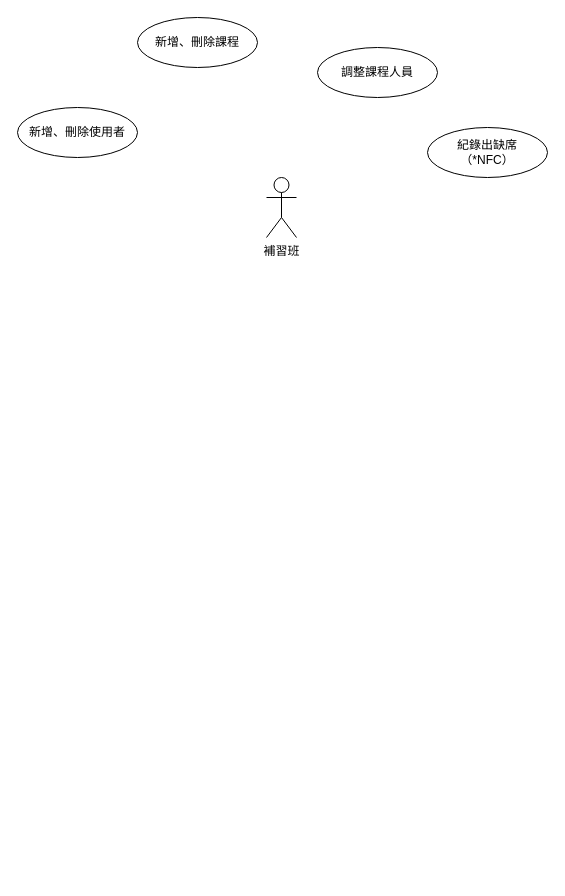
LiaozhiCheng/CramSchoolApp keeps this draw.io diagram as 軟體開發文件/使用案例圖.drawio. Above is the earlier version. Source tidied: cells renumbered, new cells numbered last; positions are measured from the earlier drawing's top-left corner, leaving out a move shared by most shapes. Both pictures are drawn from the tidied source at 100%, with x=0, y=0 at pixel (17, 17).
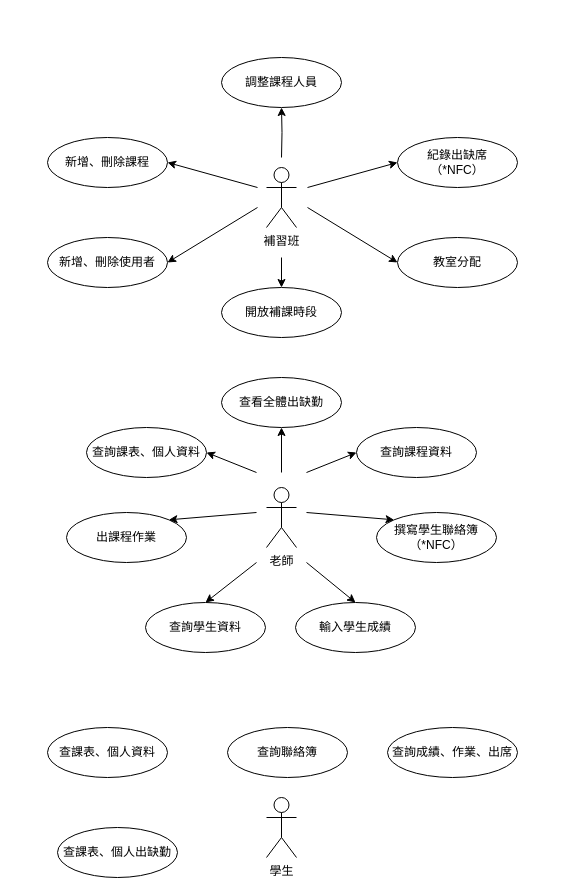
Above is the later version.

Commit message (it also covers changes not shown here):
Update 使用案例圖.drawio

What changed in the source:
```diff
@@
+    <mxCell id="7" style="group;" parent="1" vertex="1">
+      <mxGeometry x="30" y="40" width="470" height="280" as="geometry" />
+    </mxCell>
+    <mxCell id="8" style="edgeStyle=orthogonalEdgeStyle;rounded=0;jettySize=auto;html=1;entryX=0.5;entryY=1;entryDx=0;entryDy=0;" parent="7" edge="1" target="5">
+      <mxGeometry relative="1" as="geometry">
+        <mxPoint x="234" y="100" as="sourcePoint" />
+      </mxGeometry>
+    </mxCell>
-    <mxCell id="2" value="補習班" style="shape=umlActor;verticalLabelPosition=bottom;verticalAlign=top;html=1;" parent="1" vertex="1">
-      <mxGeometry x="249" y="160" width="30" height="60" as="geometry" />
+    <mxCell id="2" value="補習班" style="shape=umlActor;verticalLabelPosition=bottom;verticalAlign=top;html=1;" parent="7" vertex="1">
+      <mxGeometry x="219" y="110" width="30" height="60" as="geometry" />
     </mxCell>
-    <mxCell id="3" value="新增、刪除使用者" style="ellipse;whiteSpace=wrap;html=1;" parent="1" vertex="1">
-      <mxGeometry y="90" width="120" height="50" as="geometry" />
+    <mxCell id="3" value="新增、刪除使用者" style="ellipse;whiteSpace=wrap;html=1;" parent="7" vertex="1">
+      <mxGeometry y="180" width="120" height="50" as="geometry" />
     </mxCell>
-    <mxCell id="4" value="新增、刪除課程" style="ellipse;whiteSpace=wrap;html=1;" parent="1" vertex="1">
-      <mxGeometry x="120" width="120" height="50" as="geometry" />
+    <mxCell id="4" value="新增、刪除課程" style="ellipse;whiteSpace=wrap;html=1;" parent="7" vertex="1">
+      <mxGeometry y="80" width="120" height="50" as="geometry" />
     </mxCell>
-    <mxCell id="5" value="調整課程人員" style="ellipse;whiteSpace=wrap;html=1;" parent="1" vertex="1">
-      <mxGeometry x="300" y="30" width="120" height="50" as="geometry" />
+    <mxCell id="5" value="調整課程人員" style="ellipse;whiteSpace=wrap;html=1;" parent="7" vertex="1">
+      <mxGeometry x="174" width="120" height="50" as="geometry" />
     </mxCell>
-    <mxCell id="6" value="紀錄出缺席&lt;br&gt;（*NFC）" style="ellipse;whiteSpace=wrap;html=1;" parent="1" vertex="1">
-      <mxGeometry x="410" y="110" width="120" height="50" as="geometry" />
+    <mxCell id="6" value="紀錄出缺席&lt;br&gt;（*NFC）" style="ellipse;whiteSpace=wrap;html=1;" parent="7" vertex="1">
+      <mxGeometry x="350" y="80" width="120" height="50" as="geometry" />
     </mxCell>
+    <mxCell id="9" value="教室分配" style="ellipse;whiteSpace=wrap;html=1;" parent="7" vertex="1">
+      <mxGeometry x="350" y="180" width="120" height="50" as="geometry" />
+    </mxCell>
+    <mxCell id="10" value="開放補課時段" style="ellipse;whiteSpace=wrap;html=1;" parent="7" vertex="1">
+      <mxGeometry x="174" y="230" width="120" height="50" as="geometry" />
+    </mxCell>
+    <mxCell id="11" style="endArrow=classic;html=1;entryX=0;entryY=0.5;entryDx=0;entryDy=0;" parent="7" edge="1" target="6">
+      <mxGeometry relative="1" as="geometry">
+        <mxPoint x="260" y="130" as="sourcePoint" />
+      </mxGeometry>
+    </mxCell>
+    <mxCell id="12" style="endArrow=classic;html=1;entryX=1;entryY=0.5;entryDx=0;entryDy=0;" parent="7" edge="1" target="4">
+      <mxGeometry relative="1" as="geometry">
+        <mxPoint x="210" y="130" as="sourcePoint" />
+      </mxGeometry>
+    </mxCell>
+    <mxCell id="13" style="endArrow=classic;html=1;entryX=0;entryY=0.5;entryDx=0;entryDy=0;" parent="7" edge="1" target="9">
+      <mxGeometry relative="1" as="geometry">
+        <mxPoint x="260" y="150" as="sourcePoint" />
+      </mxGeometry>
+    </mxCell>
+    <mxCell id="14" style="endArrow=classic;html=1;entryX=1;entryY=0.5;entryDx=0;entryDy=0;" parent="7" edge="1" target="3">
+      <mxGeometry relative="1" as="geometry">
+        <mxPoint x="210" y="150" as="sourcePoint" />
+      </mxGeometry>
+    </mxCell>
+    <mxCell id="15" style="endArrow=classic;html=1;entryX=0.5;entryY=0;entryDx=0;entryDy=0;" parent="7" edge="1" target="10">
+      <mxGeometry relative="1" as="geometry">
+        <mxPoint x="234" y="200" as="sourcePoint" />
+      </mxGeometry>
+    </mxCell>
+    <mxCell id="16" style="group;" parent="1" vertex="1">
+      <mxGeometry x="49" y="360" width="430" height="275" as="geometry" />
+    </mxCell>
+    <mxCell id="17" value="老師" style="shape=umlActor;verticalLabelPosition=bottom;verticalAlign=top;html=1;" parent="16" vertex="1">
+      <mxGeometry x="200" y="110" width="30" height="60" as="geometry" />
+    </mxCell>
+    <mxCell id="18" value="查詢課表、個人資料" style="ellipse;whiteSpace=wrap;html=1;" parent="16" vertex="1">
+      <mxGeometry x="20" y="50" width="120" height="50" as="geometry" />
+    </mxCell>
+    <mxCell id="19" value="查詢學生資料" style="ellipse;whiteSpace=wrap;html=1;" parent="16" vertex="1">
+      <mxGeometry x="79" y="225" width="120" height="50" as="geometry" />
+    </mxCell>
+    <mxCell id="20" value="查詢課程資料" style="ellipse;whiteSpace=wrap;html=1;" parent="16" vertex="1">
+      <mxGeometry x="290" y="50" width="120" height="50" as="geometry" />
+    </mxCell>
+    <mxCell id="21" value="輸入學生成績" style="ellipse;whiteSpace=wrap;html=1;" parent="16" vertex="1">
+      <mxGeometry x="229" y="225" width="120" height="50" as="geometry" />
+    </mxCell>
+    <mxCell id="22" value="出課程作業" style="ellipse;whiteSpace=wrap;html=1;" parent="16" vertex="1">
+      <mxGeometry y="135" width="120" height="50" as="geometry" />
+    </mxCell>
+    <mxCell id="23" value="查看全體出缺勤" style="ellipse;whiteSpace=wrap;html=1;" parent="16" vertex="1">
+      <mxGeometry x="155" width="120" height="50" as="geometry" />
+    </mxCell>
+    <mxCell id="24" value="撰寫學生聯絡簿&lt;br&gt;（*NFC）" style="ellipse;whiteSpace=wrap;html=1;" parent="16" vertex="1">
+      <mxGeometry x="310" y="135" width="120" height="50" as="geometry" />
+    </mxCell>
+    <mxCell id="25" style="endArrow=classic;html=1;entryX=0.5;entryY=1;entryDx=0;entryDy=0;" parent="16" edge="1" target="23">
+      <mxGeometry relative="1" as="geometry">
+        <mxPoint x="215" y="95" as="sourcePoint" />
+      </mxGeometry>
+    </mxCell>
+    <mxCell id="26" style="endArrow=classic;html=1;entryX=0;entryY=0.5;entryDx=0;entryDy=0;" parent="16" edge="1" target="20">
+      <mxGeometry relative="1" as="geometry">
+        <mxPoint x="240" y="95" as="sourcePoint" />
+      </mxGeometry>
+    </mxCell>
+    <mxCell id="27" style="endArrow=classic;html=1;entryX=1;entryY=0.5;entryDx=0;entryDy=0;" parent="16" edge="1" target="18">
+      <mxGeometry relative="1" as="geometry">
+        <mxPoint x="190" y="95" as="sourcePoint" />
+      </mxGeometry>
+    </mxCell>
+    <mxCell id="28" style="endArrow=classic;html=1;entryX=0;entryY=0;entryDx=0;entryDy=0;" parent="16" edge="1" target="24">
+      <mxGeometry relative="1" as="geometry">
+        <mxPoint x="240" y="135" as="sourcePoint" />
+      </mxGeometry>
+    </mxCell>
+    <mxCell id="29" style="endArrow=classic;html=1;entryX=1;entryY=0;entryDx=0;entryDy=0;" parent="16" edge="1" target="22">
+      <mxGeometry relative="1" as="geometry">
+        <mxPoint x="190" y="135" as="sourcePoint" />
+      </mxGeometry>
+    </mxCell>
+    <mxCell id="30" style="endArrow=classic;html=1;entryX=0.5;entryY=0;entryDx=0;entryDy=0;" parent="16" edge="1" target="19">
+      <mxGeometry relative="1" as="geometry">
+        <mxPoint x="190" y="185" as="sourcePoint" />
+      </mxGeometry>
+    </mxCell>
+    <mxCell id="31" style="endArrow=classic;html=1;entryX=0.5;entryY=0;entryDx=0;entryDy=0;" parent="16" edge="1" target="21">
+      <mxGeometry relative="1" as="geometry">
+        <mxPoint x="240" y="185" as="sourcePoint" />
+      </mxGeometry>
+    </mxCell>
+    <mxCell id="32" value="學生" style="shape=umlActor;verticalLabelPosition=bottom;verticalAlign=top;html=1;" parent="1" vertex="1">
+      <mxGeometry x="249" y="780" width="30" height="60" as="geometry" />
+    </mxCell>
+    <mxCell id="33" value="查課表、個人資料" style="ellipse;whiteSpace=wrap;html=1;" parent="1" vertex="1">
+      <mxGeometry x="30" y="710" width="120" height="50" as="geometry" />
+    </mxCell>
+    <mxCell id="34" value="查詢聯絡簿" style="ellipse;whiteSpace=wrap;html=1;" parent="1" vertex="1">
+      <mxGeometry x="210" y="710" width="120" height="50" as="geometry" />
+    </mxCell>
+    <mxCell id="35" value="查詢成績、作業、出席" style="ellipse;whiteSpace=wrap;html=1;" parent="1" vertex="1">
+      <mxGeometry x="370" y="710" width="130" height="50" as="geometry" />
+    </mxCell>
+    <mxCell id="36" value="查課表、個人出缺勤" style="ellipse;whiteSpace=wrap;html=1;" parent="1" vertex="1">
+      <mxGeometry x="40" y="810" width="120" height="50" as="geometry" />
+    </mxCell>
```
